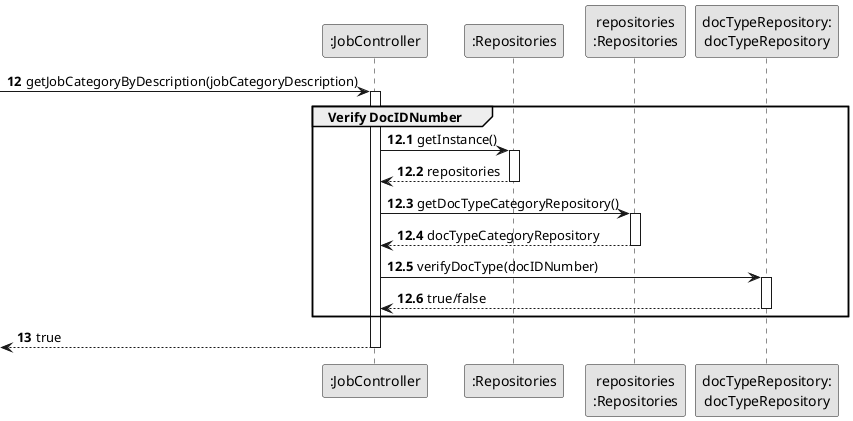
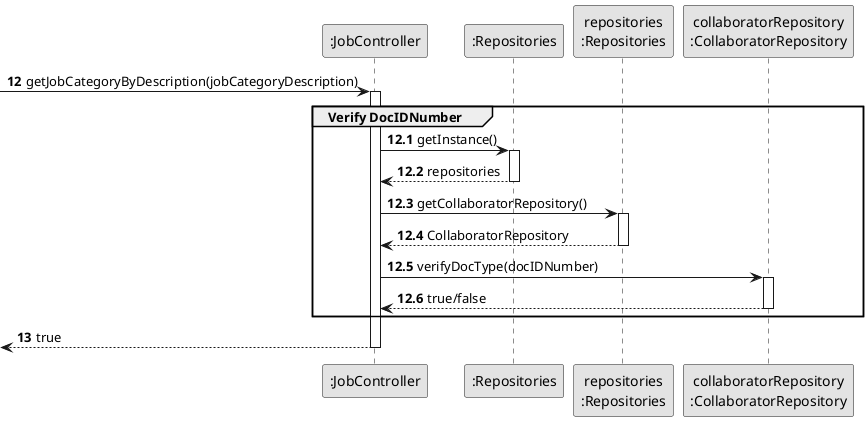
@startuml
skinparam monochrome true
skinparam packageStyle rectangle
skinparam shadowing false

participant ":JobController" as CTRL
participant ":Repositories" as RepositorySingleton
participant "repositories\n:Repositories" as PLAT
- participant "docTypeRepository:\ndocTypeRepository" as DocTypeRepository
+ participant "collaboratorRepository\n:CollaboratorRepository" as CollaboratorRepository

autonumber 12
-> CTRL : getJobCategoryByDescription(jobCategoryDescription)

autonumber 12.1

activate CTRL
    group Verify DocIDNumber
                                    CTRL -> RepositorySingleton : getInstance()
                                    activate RepositorySingleton

                                        RepositorySingleton --> CTRL: repositories
                                    deactivate RepositorySingleton

-                                     CTRL -> PLAT : getDocTypeCategoryRepository()
+                                     CTRL -> PLAT : getCollaboratorRepository()
                                    activate PLAT

-                                         PLAT --> CTRL: docTypeCategoryRepository
+                                         PLAT --> CTRL: CollaboratorRepository
                                    deactivate PLAT

-                                     CTRL -> DocTypeRepository : verifyDocType(docIDNumber)
-                                     activate DocTypeRepository
+                                     CTRL -> CollaboratorRepository : verifyDocType(docIDNumber)
+                                     activate CollaboratorRepository

-                                         DocTypeRepository --> CTRL : true/false
-                                     deactivate DocTypeRepository
+                                         CollaboratorRepository --> CTRL : true/false
+                                     deactivate CollaboratorRepository
    end group

    autonumber 13
    <-- CTRL : true

deactivate CTRL


@enduml